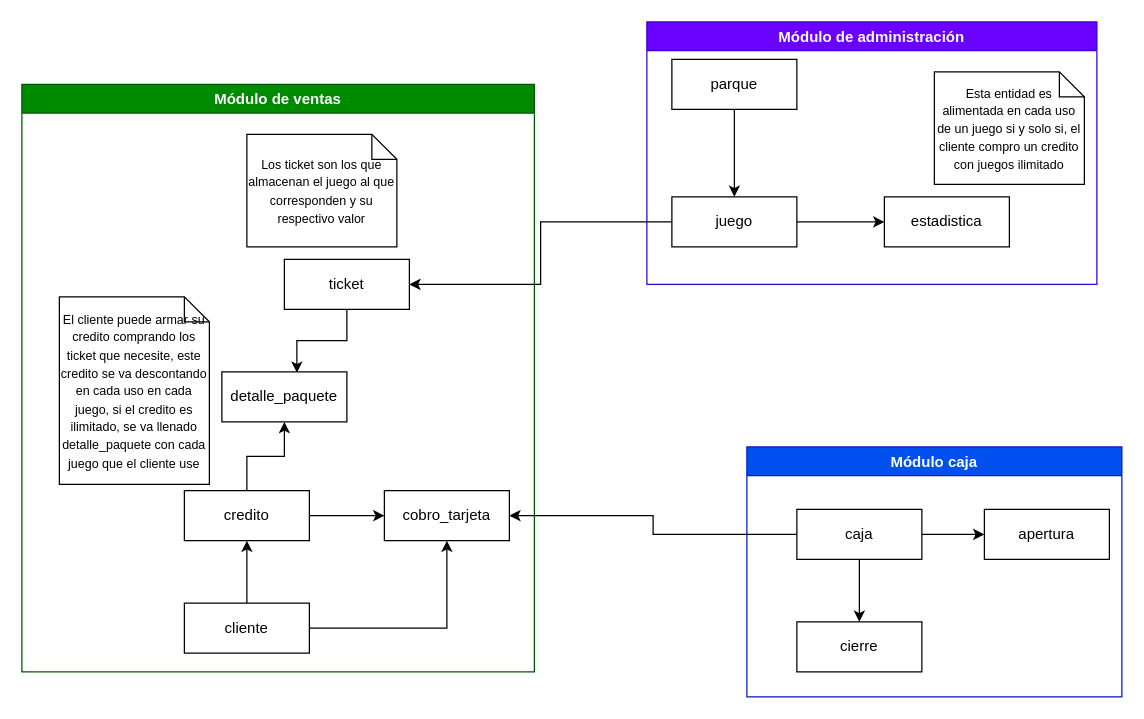
JaasielGuerra/Billetera-Electronica keeps this draw.io diagram as diagrama-relacion-modulos.drawio. Above is the earlier version. Source tidied: cells renumbered, new cells numbered last; positions are measured from the earlier drawing's top-left corner, leaving out a move shared by most shapes. Both pictures are drawn from the tidied source at 125%, with x=0, y=0 at pixel (21, 21).
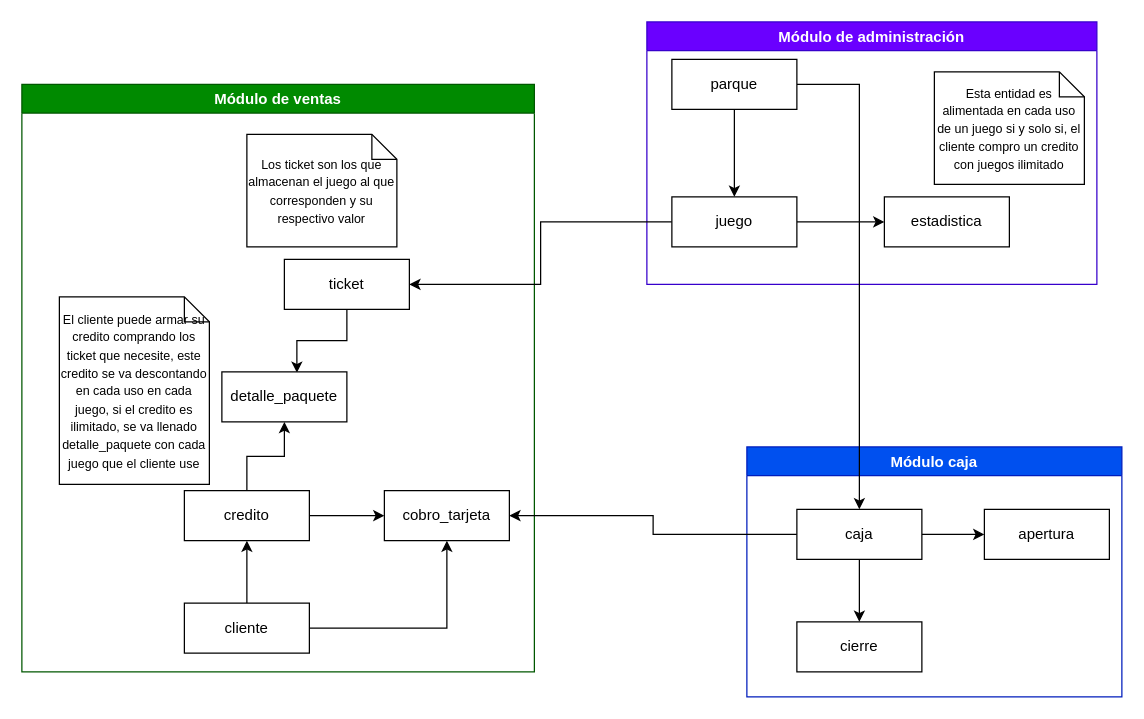
The same diagram, later.

Commit message (it also covers changes not shown here):
modelo ER issue #3

The change refers to these unchanged cells:
```xml
<mxCell id="11" value="parque" style="whiteSpace=wrap;html=1;align=center;" parent="1" vertex="1">
  <mxGeometry x="520" y="30" width="100" height="40" as="geometry" />
</mxCell>
<mxCell id="24" value="caja" style="whiteSpace=wrap;html=1;align=center;" parent="1" vertex="1">
  <mxGeometry x="620" y="390" width="100" height="40" as="geometry" />
</mxCell>
```

Change to the diagram source:
```diff
@@
+    <mxCell id="30" style="edgeStyle=orthogonalEdgeStyle;rounded=0;jettySize=auto;html=1;endArrow=classic;endFill=1;" parent="1" edge="1" source="11" target="24">
+      <mxGeometry relative="1" as="geometry">
+        <Array as="points">
+          <mxPoint x="670" y="50" />
+        </Array>
+      </mxGeometry>
+    </mxCell>
```
